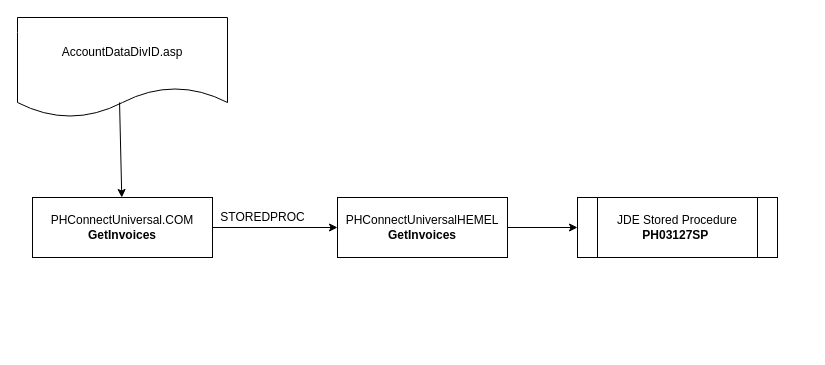
Above: Untitled Diagram.drawio in saravanase/MIBadgeButton-Swift (draw.io), before the change. Source tidied: cells renumbered, new cells numbered last; positions are measured from the earlier drawing's top-left corner, leaving out a move shared by most shapes. Both pictures are drawn from the tidied source at 100%, with x=0, y=0 at pixel (17, 17).
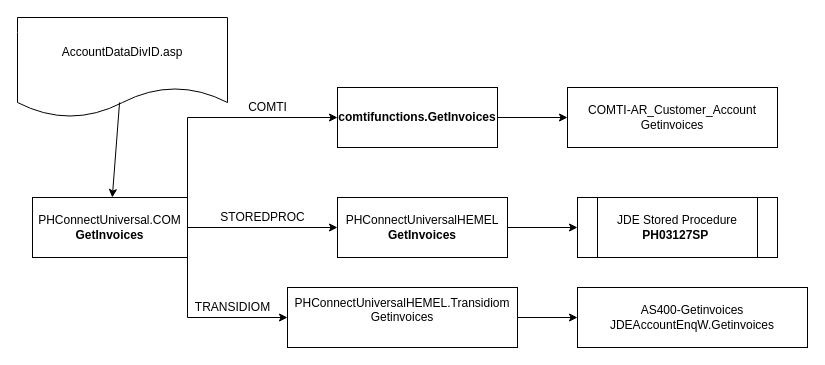
The same diagram, later.

What changed in the source:
```diff
@@
 <mxGraphModel>
   <root>
     <mxCell id="0" />
     <mxCell id="1" parent="0" />
     <mxCell id="2" value="AccountDataDivID.asp" style="shape=document;whiteSpace=wrap;html=1;boundedLbl=1;" parent="1" vertex="1">
       <mxGeometry width="210" height="100" as="geometry" />
     </mxCell>
     <mxCell id="3" style="edgeStyle=orthogonalEdgeStyle;rounded=0;jettySize=auto;html=1;exitX=1;exitY=0.5;exitDx=0;exitDy=0;entryX=0;entryY=0.5;entryDx=0;entryDy=0;" parent="1" edge="1" source="4" target="6">
       <mxGeometry relative="1" as="geometry" />
     </mxCell>
+    <mxCell id="10" style="edgeStyle=orthogonalEdgeStyle;rounded=0;jettySize=auto;html=1;exitX=1;exitY=0;exitDx=0;exitDy=0;entryX=0;entryY=0.5;entryDx=0;entryDy=0;" parent="1" edge="1" source="4" target="13">
+      <mxGeometry relative="1" as="geometry" />
+    </mxCell>
+    <mxCell id="11" style="edgeStyle=orthogonalEdgeStyle;rounded=0;jettySize=auto;html=1;exitX=1;exitY=1;exitDx=0;exitDy=0;entryX=0;entryY=0.5;entryDx=0;entryDy=0;" parent="1" edge="1" source="4" target="17">
+      <mxGeometry relative="1" as="geometry" />
+    </mxCell>
     <mxCell id="4" value="PHConnectUniversal.COM&lt;br&gt;&lt;b&gt;GetInvoices&lt;/b&gt;" style="rounded=0;whiteSpace=wrap;html=1;" parent="1" vertex="1">
-      <mxGeometry x="15" y="180" width="180" height="60" as="geometry" />
+      <mxGeometry x="15" y="180" width="155" height="60" as="geometry" />
     </mxCell>
     <mxCell id="5" style="edgeStyle=orthogonalEdgeStyle;rounded=0;jettySize=auto;html=1;exitX=1;exitY=0.5;exitDx=0;exitDy=0;entryX=0;entryY=0.5;entryDx=0;entryDy=0;" parent="1" edge="1" source="6" target="7">
       <mxGeometry relative="1" as="geometry" />
     </mxCell>
     <mxCell id="6" value="PHConnectUniversalHEMEL&lt;br&gt;&lt;b&gt;GetInvoices&lt;/b&gt;" style="rounded=0;whiteSpace=wrap;html=1;" parent="1" vertex="1">
       <mxGeometry x="320" y="180" width="170" height="60" as="geometry" />
     </mxCell>
     <mxCell id="7" value="JDE Stored Procedure&lt;br&gt;&lt;b&gt;PH03127SP&lt;/b&gt;&amp;nbsp;" style="shape=process;whiteSpace=wrap;html=1;backgroundOutline=1;" parent="1" vertex="1">
       <mxGeometry x="560" y="180" width="200" height="60" as="geometry" />
     </mxCell>
     <mxCell id="8" style="endArrow=classic;html=1;exitX=0.486;exitY=0.85;exitDx=0;exitDy=0;exitPerimeter=0;" parent="1" edge="1" source="2" target="4">
       <mxGeometry relative="1" as="geometry" />
     </mxCell>
     <mxCell id="9" value="STOREDPROC" style="text;html=1;align=center;verticalAlign=middle;" parent="1" vertex="1">
       <mxGeometry x="195" y="190" width="100" height="20" as="geometry" />
     </mxCell>
+    <mxCell id="12" style="edgeStyle=orthogonalEdgeStyle;rounded=0;jettySize=auto;html=1;exitX=1;exitY=0.5;exitDx=0;exitDy=0;entryX=0;entryY=0.5;entryDx=0;entryDy=0;" parent="1" edge="1" source="13" target="14">
+      <mxGeometry relative="1" as="geometry" />
+    </mxCell>
+    <mxCell id="13" value="&lt;div&gt;&lt;br&gt;&lt;/div&gt;&lt;div&gt;&lt;b&gt;comtifunctions.GetInvoices&lt;/b&gt;&lt;/div&gt;&lt;div&gt;&lt;br&gt;&lt;/div&gt;" style="rounded=0;whiteSpace=wrap;html=1;" parent="1" vertex="1">
+      <mxGeometry x="320" y="70" width="160" height="60" as="geometry" />
+    </mxCell>
+    <mxCell id="14" value="&lt;div&gt;&lt;span&gt;COMTI-AR_Customer_Account&lt;/span&gt;&lt;br&gt;&lt;/div&gt;&lt;div&gt;Getinvoices&lt;/div&gt;" style="rounded=0;whiteSpace=wrap;html=1;" parent="1" vertex="1">
+      <mxGeometry x="550" y="70" width="210" height="60" as="geometry" />
+    </mxCell>
+    <mxCell id="15" value="COMTI" style="text;html=1;align=center;verticalAlign=middle;" parent="1" vertex="1">
+      <mxGeometry x="225" y="80" width="50" height="20" as="geometry" />
+    </mxCell>
+    <mxCell id="16" style="edgeStyle=orthogonalEdgeStyle;rounded=0;jettySize=auto;html=1;exitX=1;exitY=0.5;exitDx=0;exitDy=0;entryX=0;entryY=0.5;entryDx=0;entryDy=0;" parent="1" edge="1" source="17" target="18">
+      <mxGeometry relative="1" as="geometry" />
+    </mxCell>
+    <mxCell id="17" value="&lt;div&gt;PHConnectUniversalHEMEL.Transidiom&lt;/div&gt;&lt;div&gt;Getinvoices&lt;/div&gt;&lt;div&gt;&lt;br&gt;&lt;/div&gt;" style="rounded=0;whiteSpace=wrap;html=1;" parent="1" vertex="1">
+      <mxGeometry x="270" y="270" width="230" height="60" as="geometry" />
+    </mxCell>
+    <mxCell id="18" value="&lt;div&gt;&lt;div&gt;AS400-Getinvoices&lt;/div&gt;&lt;div&gt;JDEAccountEnqW.Getinvoices&lt;/div&gt;&lt;/div&gt;" style="rounded=0;whiteSpace=wrap;html=1;" parent="1" vertex="1">
+      <mxGeometry x="560" y="270" width="230" height="60" as="geometry" />
+    </mxCell>
+    <mxCell id="19" value="TRANSIDIOM" style="text;html=1;align=center;verticalAlign=middle;" parent="1" vertex="1">
+      <mxGeometry x="170" y="280" width="90" height="20" as="geometry" />
+    </mxCell>
   </root>
 </mxGraphModel>
```
